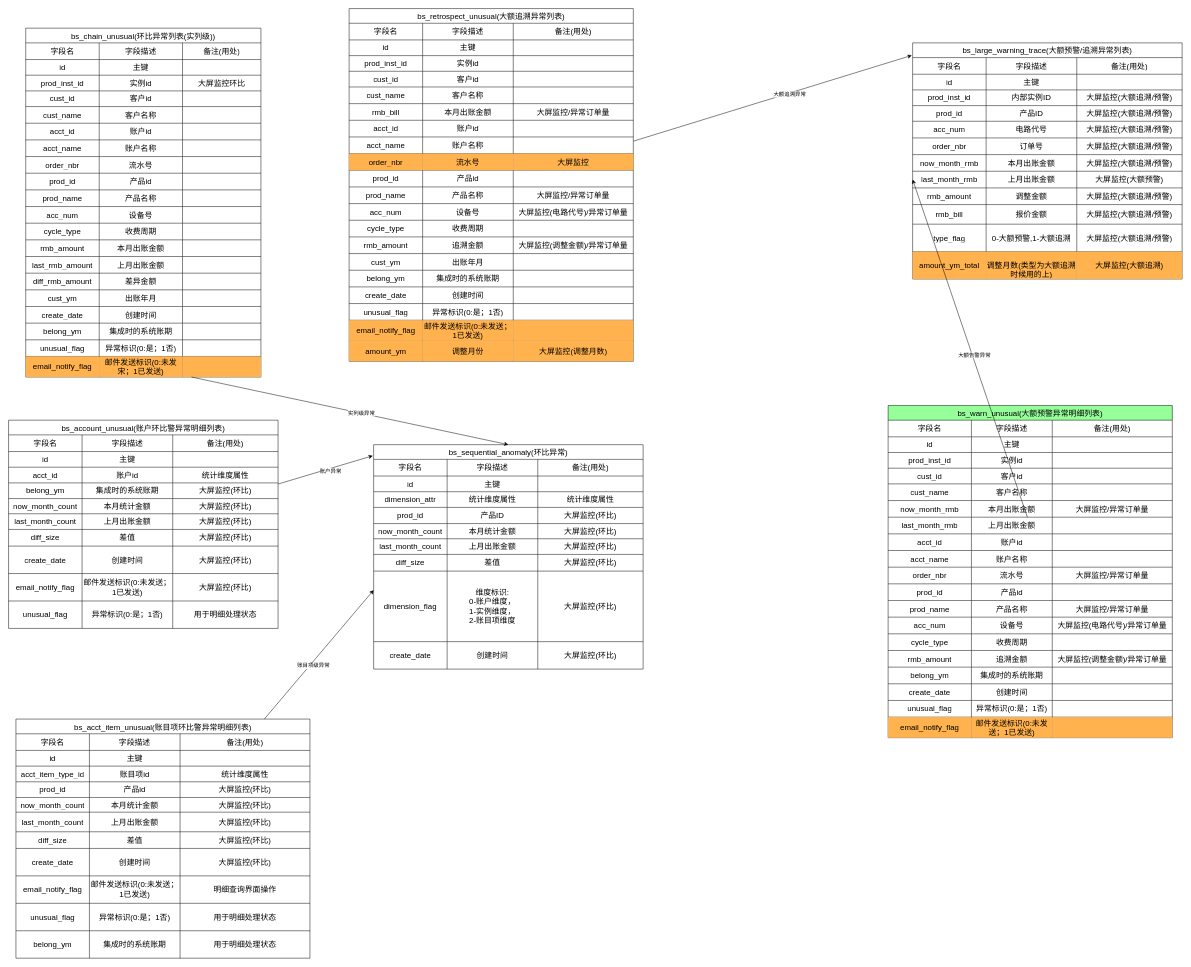
Earlier version of the draw.io diagram page "表结构" (1 of 3) of 环比异常设计.drawio (kunge2013/draw_view). Source tidied: cells renumbered, new cells numbered last; positions are measured from the earlier drawing's top-left corner, leaving out a move shared by most shapes. Both pictures are drawn from the tidied source at 49%, with x=0, y=0 at pixel (8, 8).
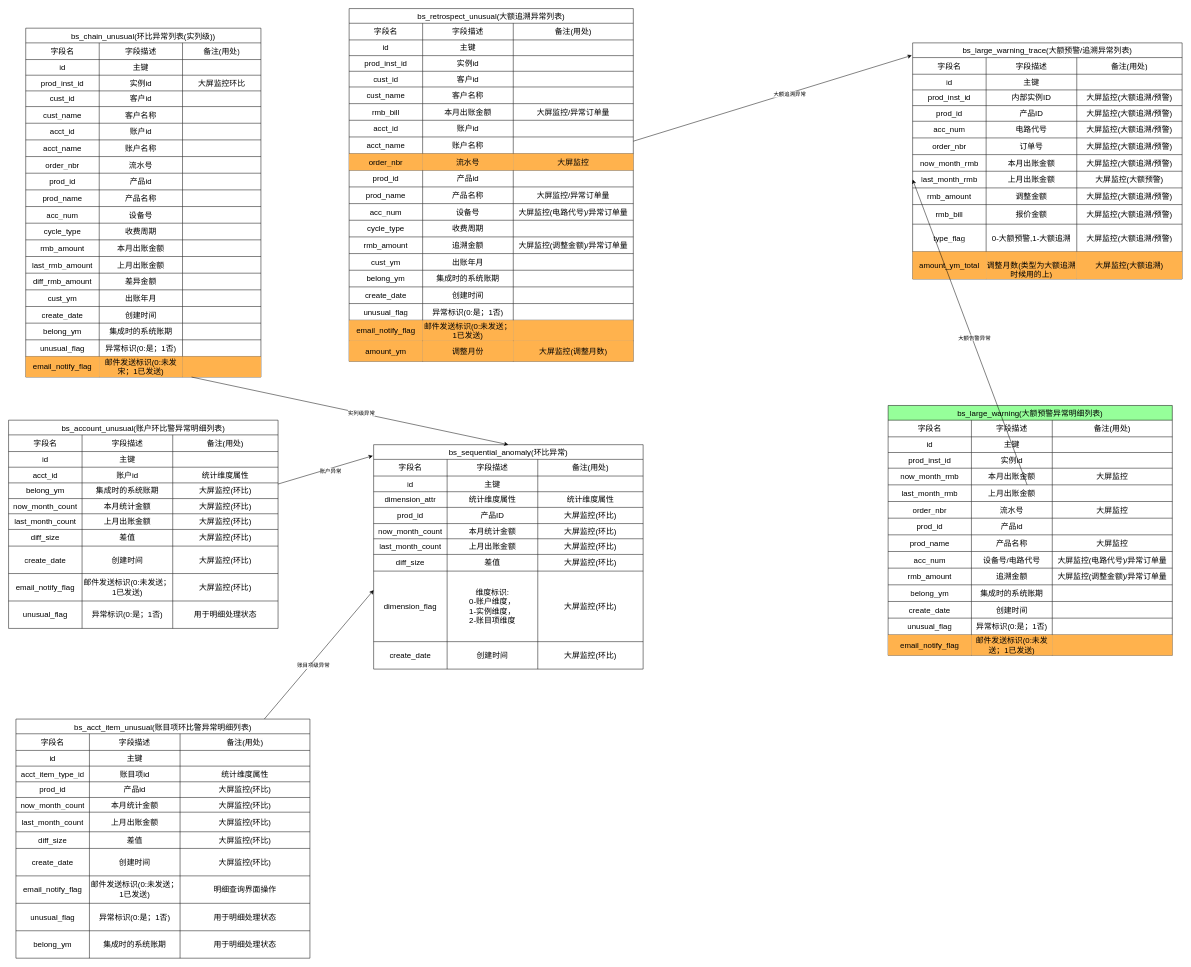
Above is the later version.

Change to the diagram source:
```diff
@@
-    <mxCell id="215" value="bs_warn_unusual(大额预警异常明细列表)" style="shape=table;startSize=30;childLayout=tableLayout;strokeColor=default;fontSize=16;fillColor=#96FF9A;" parent="1" vertex="1">
-      <mxGeometry x="1795" y="810" width="580" height="678" as="geometry" />
+    <mxCell id="215" value="bs_large_warning(大额预警异常明细列表)" style="shape=table;startSize=30;childLayout=tableLayout;strokeColor=default;fontSize=16;fillColor=#96FF9A;" parent="1" vertex="1">
+      <mxGeometry x="1795" y="810" width="580" height="510" as="geometry" />
     </mxCell>
@@
-    <mxCell id="228" style="shape=tableRow;horizontal=0;startSize=0;swimlaneHead=0;swimlaneBody=0;strokeColor=inherit;top=0;left=0;bottom=0;right=0;fillColor=none;fontSize=16;" parent="215" vertex="1">
-      <mxGeometry y="128" width="580" height="32" as="geometry" />
-    </mxCell>
-    <mxCell id="229" value="cust_id" style="shape=partialRectangle;html=1;whiteSpace=wrap;strokeColor=inherit;overflow=hidden;fillColor=none;top=0;left=0;bottom=0;right=0;fontSize=16;" parent="228" vertex="1">
-      <mxGeometry width="170" height="32" as="geometry" />
-    </mxCell>
-    <mxCell id="230" value="客户id" style="shape=partialRectangle;html=1;whiteSpace=wrap;strokeColor=inherit;overflow=hidden;fillColor=none;top=0;left=0;bottom=0;right=0;fontSize=16;" parent="228" vertex="1">
-      <mxGeometry x="170" width="165" height="32" as="geometry" />
-    </mxCell>
-    <mxCell id="231" style="shape=partialRectangle;html=1;whiteSpace=wrap;strokeColor=inherit;overflow=hidden;fillColor=none;top=0;left=0;bottom=0;right=0;fontSize=16;" parent="228" vertex="1">
-      <mxGeometry x="335" width="245" height="32" as="geometry" />
-    </mxCell>
-    <mxCell id="232" style="shape=tableRow;horizontal=0;startSize=0;swimlaneHead=0;swimlaneBody=0;strokeColor=inherit;top=0;left=0;bottom=0;right=0;fillColor=none;fontSize=16;" parent="215" vertex="1">
-      <mxGeometry y="160" width="580" height="34" as="geometry" />
-    </mxCell>
-    <mxCell id="233" value="cust_name" style="shape=partialRectangle;html=1;whiteSpace=wrap;strokeColor=inherit;overflow=hidden;fillColor=none;top=0;left=0;bottom=0;right=0;fontSize=16;" parent="232" vertex="1">
-      <mxGeometry width="170" height="34" as="geometry" />
-    </mxCell>
-    <mxCell id="234" value="客户名称" style="shape=partialRectangle;html=1;whiteSpace=wrap;strokeColor=inherit;overflow=hidden;fillColor=none;top=0;left=0;bottom=0;right=0;fontSize=16;" parent="232" vertex="1">
-      <mxGeometry x="170" width="165" height="34" as="geometry" />
-    </mxCell>
-    <mxCell id="235" style="shape=partialRectangle;html=1;whiteSpace=wrap;strokeColor=inherit;overflow=hidden;fillColor=none;top=0;left=0;bottom=0;right=0;fontSize=16;" parent="232" vertex="1">
-      <mxGeometry x="335" width="245" height="34" as="geometry" />
-    </mxCell>
     <mxCell id="236" style="shape=tableRow;horizontal=0;startSize=0;swimlaneHead=0;swimlaneBody=0;strokeColor=inherit;top=0;left=0;bottom=0;right=0;fillColor=none;fontSize=16;" parent="215" vertex="1">
-      <mxGeometry y="194" width="580" height="34" as="geometry" />
+      <mxGeometry y="128" width="580" height="34" as="geometry" />
     </mxCell>
@@
-    <mxCell id="239" value="大屏监控/异常订单量" style="shape=partialRectangle;html=1;whiteSpace=wrap;strokeColor=inherit;overflow=hidden;fillColor=none;top=0;left=0;bottom=0;right=0;fontSize=16;" parent="236" vertex="1">
+    <mxCell id="239" value="大屏监控" style="shape=partialRectangle;html=1;whiteSpace=wrap;strokeColor=inherit;overflow=hidden;fillColor=none;top=0;left=0;bottom=0;right=0;fontSize=16;" parent="236" vertex="1">
       <mxGeometry x="335" width="245" height="34" as="geometry" />
     </mxCell>
     <mxCell id="240" style="shape=tableRow;horizontal=0;startSize=0;swimlaneHead=0;swimlaneBody=0;strokeColor=inherit;top=0;left=0;bottom=0;right=0;fillColor=none;points=[[0,0.5],[1,0.5]];portConstraint=eastwest;fontSize=16;" parent="215" vertex="1">
-      <mxGeometry y="228" width="580" height="34" as="geometry" />
+      <mxGeometry y="162" width="580" height="34" as="geometry" />
     </mxCell>
@@
-    <mxCell id="244" style="shape=tableRow;horizontal=0;startSize=0;swimlaneHead=0;swimlaneBody=0;strokeColor=inherit;top=0;left=0;bottom=0;right=0;fillColor=none;fontSize=16;" parent="215" vertex="1">
-      <mxGeometry y="262" width="580" height="34" as="geometry" />
-    </mxCell>
-    <mxCell id="245" value="acct_id" style="shape=partialRectangle;html=1;whiteSpace=wrap;strokeColor=inherit;overflow=hidden;fillColor=none;top=0;left=0;bottom=0;right=0;fontSize=16;" parent="244" vertex="1">
-      <mxGeometry width="170" height="34" as="geometry" />
-    </mxCell>
-    <mxCell id="246" value="账户id" style="shape=partialRectangle;html=1;whiteSpace=wrap;strokeColor=inherit;overflow=hidden;fillColor=none;top=0;left=0;bottom=0;right=0;fontSize=16;" parent="244" vertex="1">
-      <mxGeometry x="170" width="165" height="34" as="geometry" />
-    </mxCell>
-    <mxCell id="247" style="shape=partialRectangle;html=1;whiteSpace=wrap;strokeColor=inherit;overflow=hidden;fillColor=none;top=0;left=0;bottom=0;right=0;fontSize=16;" parent="244" vertex="1">
-      <mxGeometry x="335" width="245" height="34" as="geometry" />
-    </mxCell>
-    <mxCell id="248" style="shape=tableRow;horizontal=0;startSize=0;swimlaneHead=0;swimlaneBody=0;strokeColor=inherit;top=0;left=0;bottom=0;right=0;fillColor=none;fontSize=16;" parent="215" vertex="1">
-      <mxGeometry y="296" width="580" height="34" as="geometry" />
-    </mxCell>
-    <mxCell id="249" value="acct_name" style="shape=partialRectangle;html=1;whiteSpace=wrap;strokeColor=inherit;overflow=hidden;fillColor=none;top=0;left=0;bottom=0;right=0;fontSize=16;" parent="248" vertex="1">
-      <mxGeometry width="170" height="34" as="geometry" />
-    </mxCell>
-    <mxCell id="250" value="账户名称" style="shape=partialRectangle;html=1;whiteSpace=wrap;strokeColor=inherit;overflow=hidden;fillColor=none;top=0;left=0;bottom=0;right=0;fontSize=16;" parent="248" vertex="1">
-      <mxGeometry x="170" width="165" height="34" as="geometry" />
-    </mxCell>
-    <mxCell id="251" style="shape=partialRectangle;html=1;whiteSpace=wrap;strokeColor=inherit;overflow=hidden;fillColor=none;top=0;left=0;bottom=0;right=0;fontSize=16;" parent="248" vertex="1">
-      <mxGeometry x="335" width="245" height="34" as="geometry" />
-    </mxCell>
     <mxCell id="252" style="shape=tableRow;horizontal=0;startSize=0;swimlaneHead=0;swimlaneBody=0;strokeColor=inherit;top=0;left=0;bottom=0;right=0;fillColor=none;fontSize=16;" parent="215" vertex="1">
-      <mxGeometry y="330" width="580" height="34" as="geometry" />
+      <mxGeometry y="196" width="580" height="34" as="geometry" />
     </mxCell>
@@
-    <mxCell id="255" value="大屏监控/异常订单量" style="shape=partialRectangle;html=1;whiteSpace=wrap;strokeColor=inherit;overflow=hidden;fillColor=none;top=0;left=0;bottom=0;right=0;fontSize=16;" parent="252" vertex="1">
+    <mxCell id="255" value="大屏监控" style="shape=partialRectangle;html=1;whiteSpace=wrap;strokeColor=inherit;overflow=hidden;fillColor=none;top=0;left=0;bottom=0;right=0;fontSize=16;" parent="252" vertex="1">
       <mxGeometry x="335" width="245" height="34" as="geometry" />
     </mxCell>
     <mxCell id="256" style="shape=tableRow;horizontal=0;startSize=0;swimlaneHead=0;swimlaneBody=0;strokeColor=inherit;top=0;left=0;bottom=0;right=0;fillColor=none;fontSize=16;" parent="215" vertex="1">
-      <mxGeometry y="364" width="580" height="34" as="geometry" />
+      <mxGeometry y="230" width="580" height="34" as="geometry" />
     </mxCell>
@@
     <mxCell id="260" style="shape=tableRow;horizontal=0;startSize=0;swimlaneHead=0;swimlaneBody=0;strokeColor=inherit;top=0;left=0;bottom=0;right=0;fillColor=none;fontSize=16;" parent="215" vertex="1">
-      <mxGeometry y="398" width="580" height="34" as="geometry" />
+      <mxGeometry y="264" width="580" height="34" as="geometry" />
     </mxCell>
@@
-    <mxCell id="263" value="大屏监控/异常订单量" style="shape=partialRectangle;html=1;whiteSpace=wrap;strokeColor=inherit;overflow=hidden;fillColor=none;top=0;left=0;bottom=0;right=0;fontSize=16;" parent="260" vertex="1">
+    <mxCell id="263" value="大屏监控" style="shape=partialRectangle;html=1;whiteSpace=wrap;strokeColor=inherit;overflow=hidden;fillColor=none;top=0;left=0;bottom=0;right=0;fontSize=16;" parent="260" vertex="1">
       <mxGeometry x="335" width="245" height="34" as="geometry" />
     </mxCell>
     <mxCell id="264" style="shape=tableRow;horizontal=0;startSize=0;swimlaneHead=0;swimlaneBody=0;strokeColor=inherit;top=0;left=0;bottom=0;right=0;fillColor=none;fontSize=16;" parent="215" vertex="1">
-      <mxGeometry y="432" width="580" height="34" as="geometry" />
+      <mxGeometry y="298" width="580" height="34" as="geometry" />
     </mxCell>
@@
-    <mxCell id="266" value="设备号" style="shape=partialRectangle;html=1;whiteSpace=wrap;strokeColor=inherit;overflow=hidden;fillColor=none;top=0;left=0;bottom=0;right=0;fontSize=16;" parent="264" vertex="1">
+    <mxCell id="266" value="设备号/电路代号" style="shape=partialRectangle;html=1;whiteSpace=wrap;strokeColor=inherit;overflow=hidden;fillColor=none;top=0;left=0;bottom=0;right=0;fontSize=16;" parent="264" vertex="1">
       <mxGeometry x="170" width="165" height="34" as="geometry" />
     </mxCell>
@@
-    <mxCell id="268" style="shape=tableRow;horizontal=0;startSize=0;swimlaneHead=0;swimlaneBody=0;strokeColor=inherit;top=0;left=0;bottom=0;right=0;fillColor=none;fontSize=16;" parent="215" vertex="1">
-      <mxGeometry y="466" width="580" height="34" as="geometry" />
-    </mxCell>
-    <mxCell id="269" value="cycle_type" style="shape=partialRectangle;html=1;whiteSpace=wrap;strokeColor=inherit;overflow=hidden;fillColor=none;top=0;left=0;bottom=0;right=0;fontSize=16;" parent="268" vertex="1">
-      <mxGeometry width="170" height="34" as="geometry" />
-    </mxCell>
-    <mxCell id="270" value="收费周期" style="shape=partialRectangle;html=1;whiteSpace=wrap;strokeColor=inherit;overflow=hidden;fillColor=none;top=0;left=0;bottom=0;right=0;fontSize=16;" parent="268" vertex="1">
-      <mxGeometry x="170" width="165" height="34" as="geometry" />
-    </mxCell>
-    <mxCell id="271" style="shape=partialRectangle;html=1;whiteSpace=wrap;strokeColor=inherit;overflow=hidden;fillColor=none;top=0;left=0;bottom=0;right=0;fontSize=16;" parent="268" vertex="1">
-      <mxGeometry x="335" width="245" height="34" as="geometry" />
-    </mxCell>
     <mxCell id="272" style="shape=tableRow;horizontal=0;startSize=0;swimlaneHead=0;swimlaneBody=0;strokeColor=inherit;top=0;left=0;bottom=0;right=0;fillColor=none;fontSize=16;" parent="215" vertex="1">
-      <mxGeometry y="500" width="580" height="34" as="geometry" />
+      <mxGeometry y="332" width="580" height="34" as="geometry" />
     </mxCell>
@@
     <mxCell id="276" style="shape=tableRow;horizontal=0;startSize=0;swimlaneHead=0;swimlaneBody=0;strokeColor=inherit;top=0;left=0;bottom=0;right=0;fillColor=none;fontSize=16;" parent="215" vertex="1">
-      <mxGeometry y="534" width="580" height="34" as="geometry" />
+      <mxGeometry y="366" width="580" height="34" as="geometry" />
     </mxCell>
@@
     <mxCell id="280" style="shape=tableRow;horizontal=0;startSize=0;swimlaneHead=0;swimlaneBody=0;strokeColor=inherit;top=0;left=0;bottom=0;right=0;fillColor=none;fontSize=16;" parent="215" vertex="1">
-      <mxGeometry y="568" width="580" height="34" as="geometry" />
+      <mxGeometry y="400" width="580" height="34" as="geometry" />
     </mxCell>
@@
     <mxCell id="284" style="shape=tableRow;horizontal=0;startSize=0;swimlaneHead=0;swimlaneBody=0;strokeColor=inherit;top=0;left=0;bottom=0;right=0;fillColor=none;fontSize=16;" parent="215" vertex="1">
-      <mxGeometry y="602" width="580" height="34" as="geometry" />
+      <mxGeometry y="434" width="580" height="34" as="geometry" />
     </mxCell>
@@
     <mxCell id="288" style="shape=tableRow;horizontal=0;startSize=0;swimlaneHead=0;swimlaneBody=0;strokeColor=inherit;top=0;left=0;bottom=0;right=0;fillColor=none;fontSize=16;" parent="215" vertex="1">
-      <mxGeometry y="636" width="580" height="42" as="geometry" />
+      <mxGeometry y="468" width="580" height="42" as="geometry" />
     </mxCell>
```
